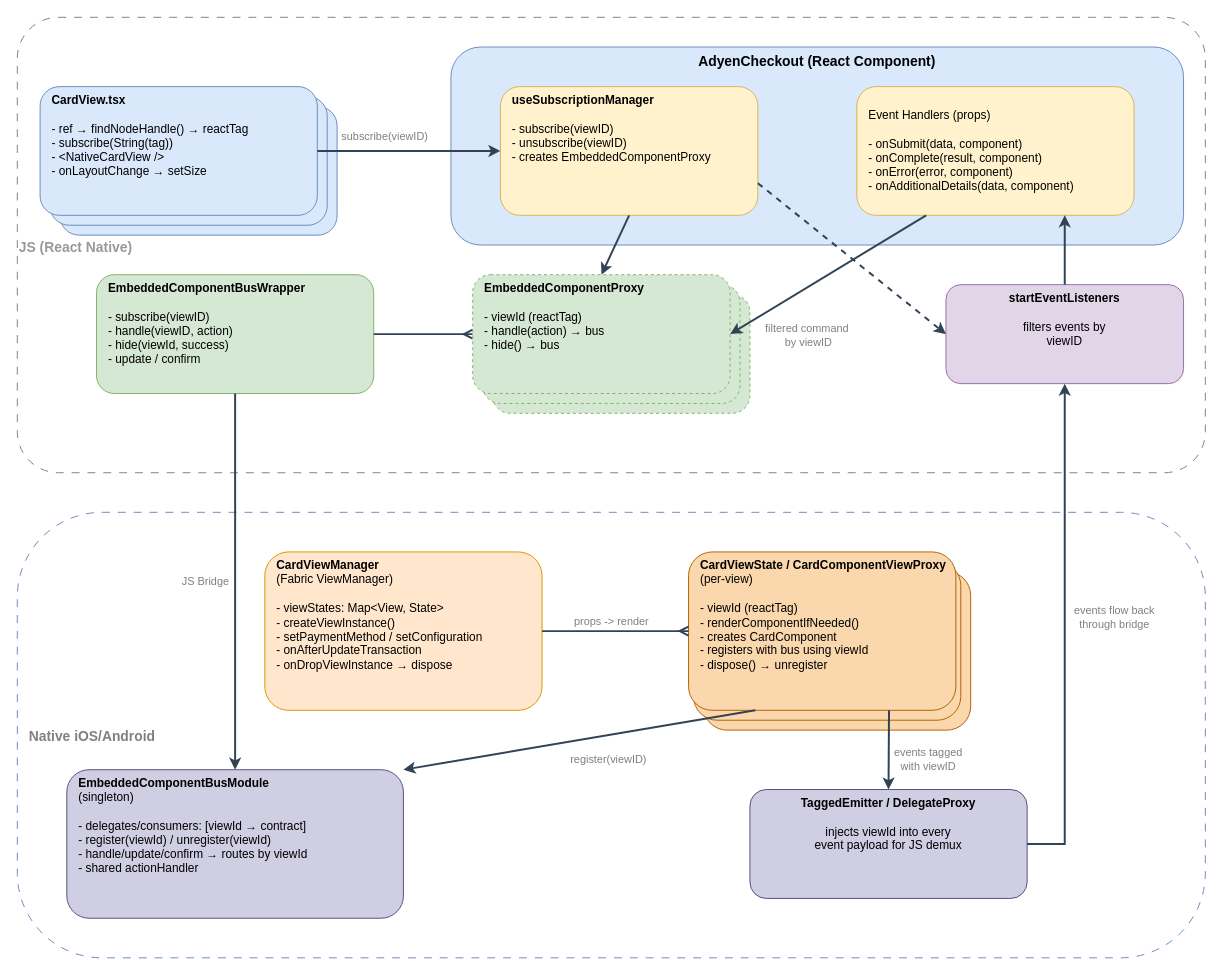
Above: page "Embedded Views" (4 of 4) of docs/assets/Architecture-DataFlow.drawio in Adyen/adyen-react-native (draw.io), before the change. Source tidied: cells renumbered, new cells numbered last; positions are measured from the earlier drawing's top-left corner, leaving out a move shared by most shapes. Both pictures are drawn from the tidied source at 99%, with x=0, y=0 at pixel (17, 17).
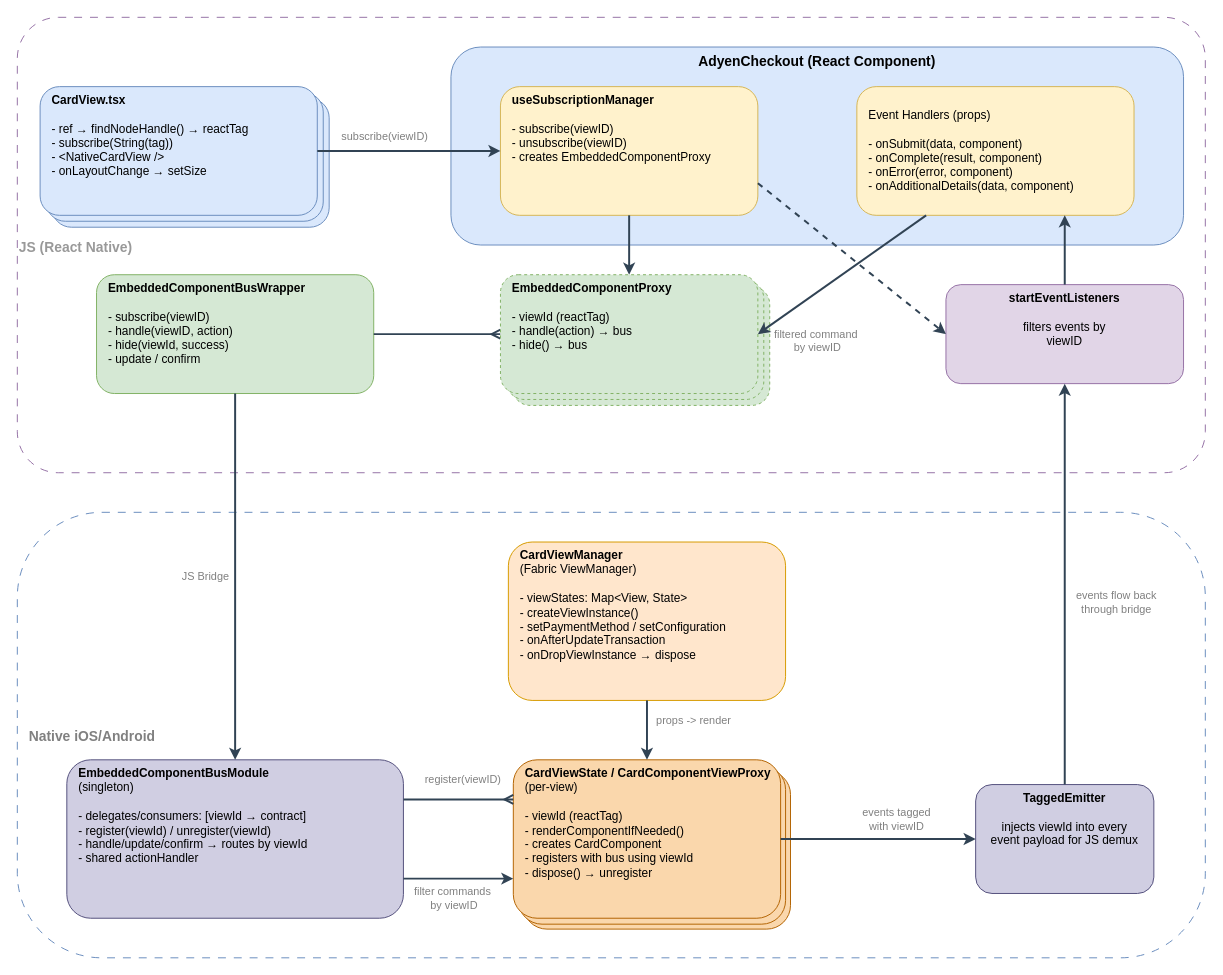
The same diagram, later.

Commit message (it also covers changes not shown here):
chore: correct embeded diagram

Unchanged cells that the change refers to:
```xml
<mxCell id="14" value="&lt;b&gt;startEventListeners&lt;/b&gt;&lt;br&gt;&lt;br&gt;filters events by&lt;br&gt;viewID" style="rounded=1;whiteSpace=wrap;html=1;fillColor=#e1d5e7;strokeColor=#9673a6;align=center;verticalAlign=top;" parent="1" vertex="1">
  <mxGeometry x="938" y="270" width="240" height="100" as="geometry" />
</mxCell>
<mxCell id="29" style="endArrow=classic;html=1;rounded=0;strokeWidth=2;fillColor=#647687;strokeColor=#314354;exitX=0.25;exitY=1;exitDx=0;exitDy=0;entryX=1;entryY=0.5;entryDx=0;entryDy=0;" parent="1" edge="1" source="12" target="32">
  <mxGeometry relative="1" as="geometry" />
</mxCell>
```

The edit, as a diff of the source:
```diff
@@
     <mxCell id="3" style="rounded=1;whiteSpace=wrap;html=1;fillColor=#fad7ac;strokeColor=#b46504;align=left;verticalAlign=top;spacingLeft=10;" parent="1" vertex="1">
-      <mxGeometry x="693" y="560" width="270" height="160" as="geometry" />
+      <mxGeometry x="511" y="761" width="270" height="160" as="geometry" />
     </mxCell>
     <mxCell id="4" style="rounded=1;whiteSpace=wrap;html=1;fillColor=#fad7ac;strokeColor=#b46504;align=left;verticalAlign=top;spacingLeft=10;" parent="1" vertex="1">
-      <mxGeometry x="683" y="550" width="270" height="160" as="geometry" />
+      <mxGeometry x="506" y="756" width="270" height="160" as="geometry" />
     </mxCell>
@@
     <mxCell id="6" style="rounded=1;whiteSpace=wrap;html=1;fillColor=#dae8fc;strokeColor=#6c8ebf;align=left;verticalAlign=top;spacingLeft=10;" parent="1" vertex="1">
-      <mxGeometry x="43" y="90" width="280" height="130" as="geometry" />
+      <mxGeometry x="35" y="82" width="280" height="130" as="geometry" />
     </mxCell>
     <mxCell id="7" style="rounded=1;whiteSpace=wrap;html=1;fillColor=#dae8fc;strokeColor=#6c8ebf;align=left;verticalAlign=top;spacingLeft=10;" parent="1" vertex="1">
-      <mxGeometry x="33" y="80" width="280" height="130" as="geometry" />
+      <mxGeometry x="29" y="76" width="280" height="130" as="geometry" />
     </mxCell>
     <mxCell id="8" style="rounded=1;whiteSpace=wrap;html=1;fillColor=#d5e8d4;strokeColor=#82b366;align=left;verticalAlign=top;spacingLeft=10;fillStyle=auto;dashed=1;" parent="1" vertex="1">
-      <mxGeometry x="480" y="280" width="260" height="120" as="geometry" />
+      <mxGeometry x="500" y="272" width="260" height="120" as="geometry" />
     </mxCell>
@@
     <mxCell id="15" value="&lt;b&gt;CardViewManager&lt;/b&gt;&lt;br&gt;(Fabric ViewManager)&lt;br&gt;&lt;br&gt;- viewStates: Map&amp;lt;View, State&amp;gt;&lt;br&gt;- createViewInstance()&lt;br&gt;- setPaymentMethod / setConfiguration&lt;br&gt;- onAfterUpdateTransaction&lt;br&gt;- onDropViewInstance → dispose" style="rounded=1;whiteSpace=wrap;html=1;fillColor=#ffe6cc;strokeColor=#d79b00;align=left;verticalAlign=top;spacingLeft=10;" parent="1" vertex="1">
-      <mxGeometry x="250" y="540" width="280" height="160" as="geometry" />
+      <mxGeometry x="496" y="530" width="280" height="160" as="geometry" />
     </mxCell>
     <mxCell id="16" value="&lt;b&gt;CardViewState / CardComponentViewProxy&lt;/b&gt;&lt;br&gt;(per-view)&lt;br&gt;&lt;br&gt;- viewId (reactTag)&lt;br&gt;- renderComponentIfNeeded()&lt;br&gt;- creates CardComponent&lt;br&gt;- registers with bus using viewId&lt;br&gt;- dispose() → unregister" style="rounded=1;whiteSpace=wrap;html=1;fillColor=#fad7ac;strokeColor=#b46504;align=left;verticalAlign=top;spacingLeft=10;" parent="1" vertex="1">
-      <mxGeometry x="678" y="540" width="270" height="160" as="geometry" />
+      <mxGeometry x="501" y="750" width="270" height="160" as="geometry" />
     </mxCell>
     <mxCell id="17" value="&lt;b&gt;EmbeddedComponentBusModule&lt;/b&gt;&lt;br&gt;(singleton)&lt;br&gt;&lt;br&gt;- delegates/consumers: [viewId → contract]&lt;br&gt;- register(viewId) / unregister(viewId)&lt;br&gt;- handle/update/confirm → routes by viewId&lt;br&gt;- shared actionHandler" style="rounded=1;whiteSpace=wrap;html=1;fillColor=#d0cee2;strokeColor=#56517e;align=left;verticalAlign=top;spacingLeft=10;" parent="1" vertex="1">
-      <mxGeometry x="50" y="760" width="340" height="150" as="geometry" />
+      <mxGeometry x="50" y="750" width="340" height="160" as="geometry" />
     </mxCell>
-    <mxCell id="18" value="&lt;b&gt;TaggedEmitter / DelegateProxy&lt;/b&gt;&lt;br&gt;&lt;br&gt;injects viewId into every&lt;br&gt;event payload for JS demux" style="rounded=1;whiteSpace=wrap;html=1;fillColor=#d0cee2;strokeColor=#56517e;align=center;verticalAlign=top;" parent="1" vertex="1">
-      <mxGeometry x="740" y="780" width="280" height="110" as="geometry" />
+    <mxCell id="18" value="&lt;b&gt;TaggedEmitter&lt;/b&gt;&lt;br&gt;&lt;br&gt;injects viewId into every&lt;br&gt;event payload for JS demux" style="rounded=1;whiteSpace=wrap;html=1;fillColor=#d0cee2;strokeColor=#56517e;align=center;verticalAlign=top;" parent="1" vertex="1">
+      <mxGeometry x="968" y="775" width="180" height="110" as="geometry" />
     </mxCell>
@@
-    <mxCell id="24" value="&lt;span style=&quot;color: rgb(128, 128, 128);&quot;&gt;props -&amp;gt; render&lt;/span&gt;" style="endArrow=ERmany;html=1;rounded=0;strokeWidth=2;fillColor=#647687;strokeColor=#314354;exitX=1;exitY=0.5;exitDx=0;exitDy=0;entryX=0;entryY=0.5;entryDx=0;entryDy=0;endFill=0;startArrow=none;startFill=0;labelBackgroundColor=none;" parent="1" edge="1" source="15" target="16">
-      <mxGeometry x="-0.05" y="10" relative="1" as="geometry" />
+    <mxCell id="24" value="&lt;span style=&quot;color: rgb(128, 128, 128);&quot;&gt;props -&amp;gt; render&lt;/span&gt;" style="endArrow=classic;html=1;rounded=0;strokeWidth=2;fillColor=#647687;strokeColor=#314354;exitX=0.5;exitY=1;exitDx=0;exitDy=0;entryX=0.5;entryY=0;entryDx=0;entryDy=0;endFill=1;startArrow=none;startFill=0;labelBackgroundColor=none;" parent="1" edge="1" source="15" target="16">
+      <mxGeometry x="-0.33" y="47" relative="1" as="geometry" />
     </mxCell>
-    <mxCell id="25" value="&lt;font color=&quot;#7f7f7f&quot;&gt;&lt;span&gt;register(viewID)&lt;/span&gt;&lt;/font&gt;" style="endArrow=classic;html=1;strokeWidth=2;fillColor=#647687;strokeColor=#314354;exitX=0.25;exitY=1;exitDx=0;exitDy=0;entryX=1;entryY=0;entryDx=0;entryDy=0;labelBackgroundColor=none;" parent="1" edge="1" source="16" target="17">
-      <mxGeometry x="-0.14" y="25" relative="1" as="geometry" />
+    <mxCell id="25" value="&lt;span style=&quot;color: rgb(128, 128, 128);&quot;&gt;register(viewID)&lt;/span&gt;" style="endArrow=none;html=1;strokeWidth=2;fillColor=#647687;strokeColor=#314354;exitX=0;exitY=0.25;exitDx=0;exitDy=0;entryX=1;entryY=0.25;entryDx=0;entryDy=0;labelBackgroundColor=none;startArrow=ERmany;startFill=0;endFill=0;" parent="1" edge="1" source="16" target="17">
+      <mxGeometry x="-0.08" y="-20" relative="1" as="geometry" />
     </mxCell>
-    <mxCell id="26" value="events tagged&lt;br&gt;with viewID" style="endArrow=classic;html=1;rounded=0;strokeWidth=2;fillColor=#647687;strokeColor=#314354;exitX=0.75;exitY=1;exitDx=0;exitDy=0;entryX=0.5;entryY=0;entryDx=0;entryDy=0;labelBackgroundColor=none;fontColor=#808080;" parent="1" edge="1" source="16" target="18">
-      <mxGeometry x="0.25" y="40" relative="1" as="geometry" />
+    <mxCell id="26" value="events tagged&lt;br&gt;with viewID" style="endArrow=classic;html=1;rounded=0;strokeWidth=2;fillColor=#647687;strokeColor=#314354;exitX=1;exitY=0.5;exitDx=0;exitDy=0;entryX=0;entryY=0.5;entryDx=0;entryDy=0;labelBackgroundColor=none;fontColor=#808080;" parent="1" edge="1" source="16" target="18">
+      <mxGeometry x="0.19" y="20" relative="1" as="geometry" />
     </mxCell>
-    <mxCell id="27" value="&lt;span&gt;events flow back&lt;br&gt;through bridge&lt;/span&gt;" style="endArrow=classic;html=1;rounded=0;strokeWidth=2;strokeColor=#314354;fillColor=#647687;exitX=1;exitY=0.5;exitDx=0;exitDy=0;entryX=0.5;entryY=1;entryDx=0;entryDy=0;edgeStyle=orthogonalEdgeStyle;labelBackgroundColor=none;fontSize=11;fontColor=#808080;" parent="1" edge="1" source="18" target="14">
-      <mxGeometry x="0.06" y="-50" relative="1" as="geometry">
-        <Array as="points">
-          <mxPoint x="1058" y="835" />
-        </Array>
-      </mxGeometry>
+    <mxCell id="27" value="&lt;span&gt;events flow back&lt;br&gt;through bridge&lt;/span&gt;" style="endArrow=classic;html=1;rounded=0;strokeWidth=2;strokeColor=#314354;fillColor=#647687;exitX=0.5;exitY=0;exitDx=0;exitDy=0;entryX=0.5;entryY=1;entryDx=0;entryDy=0;edgeStyle=orthogonalEdgeStyle;labelBackgroundColor=none;fontSize=11;fontColor=#808080;" parent="1" edge="1" source="18" target="14">
+      <mxGeometry x="-0.09" y="-52" relative="1" as="geometry" />
     </mxCell>
     <mxCell id="28" style="rounded=1;whiteSpace=wrap;html=1;fillColor=#d5e8d4;strokeColor=#82b366;align=left;verticalAlign=top;spacingLeft=10;fillStyle=auto;dashed=1;" parent="1" vertex="1">
-      <mxGeometry x="470" y="270" width="260" height="120" as="geometry" />
+      <mxGeometry x="494" y="266" width="260" height="120" as="geometry" />
     </mxCell>
@@
     <mxCell id="30" value="&lt;font color=&quot;#808080&quot;&gt;filtered command&amp;nbsp;&lt;/font&gt;&lt;div&gt;&lt;font color=&quot;#808080&quot;&gt;by viewID&lt;/font&gt;&lt;/div&gt;" style="edgeLabel;html=1;align=center;verticalAlign=middle;labelBackgroundColor=none;" parent="29" vertex="1">
       <mxGeometry x="0.21" y="1" relative="1" as="geometry">
-        <mxPoint y="47" as="offset" />
+        <mxPoint x="-8" y="53" as="offset" />
       </mxGeometry>
     </mxCell>
@@
     <mxCell id="32" value="&lt;b&gt;EmbeddedComponentProxy&lt;/b&gt;&lt;br&gt;&lt;br&gt;- viewId (reactTag)&lt;br&gt;- handle(action) → bus&lt;br&gt;- hide() → bus" style="rounded=1;whiteSpace=wrap;html=1;fillColor=#d5e8d4;strokeColor=#82b366;align=left;verticalAlign=top;spacingLeft=10;fillStyle=auto;dashed=1;" parent="1" vertex="1">
-      <mxGeometry x="460" y="260" width="260" height="120" as="geometry" />
+      <mxGeometry x="488" y="260" width="260" height="120" as="geometry" />
     </mxCell>
+    <mxCell id="33" value="&lt;span style=&quot;color: rgb(128, 128, 128);&quot;&gt;filter commands&amp;nbsp;&lt;/span&gt;&lt;div&gt;&lt;span style=&quot;color: rgb(128, 128, 128);&quot;&gt;by viewID&lt;/span&gt;&lt;/div&gt;" style="endArrow=classic;html=1;strokeWidth=2;fillColor=#647687;strokeColor=#314354;exitX=1;exitY=0.75;exitDx=0;exitDy=0;entryX=0;entryY=0.75;entryDx=0;entryDy=0;labelBackgroundColor=none;startArrow=none;startFill=0;endFill=1;" parent="1" edge="1" source="17" target="16">
+      <mxGeometry x="-0.08" y="-20" relative="1" as="geometry" />
+    </mxCell>
```
